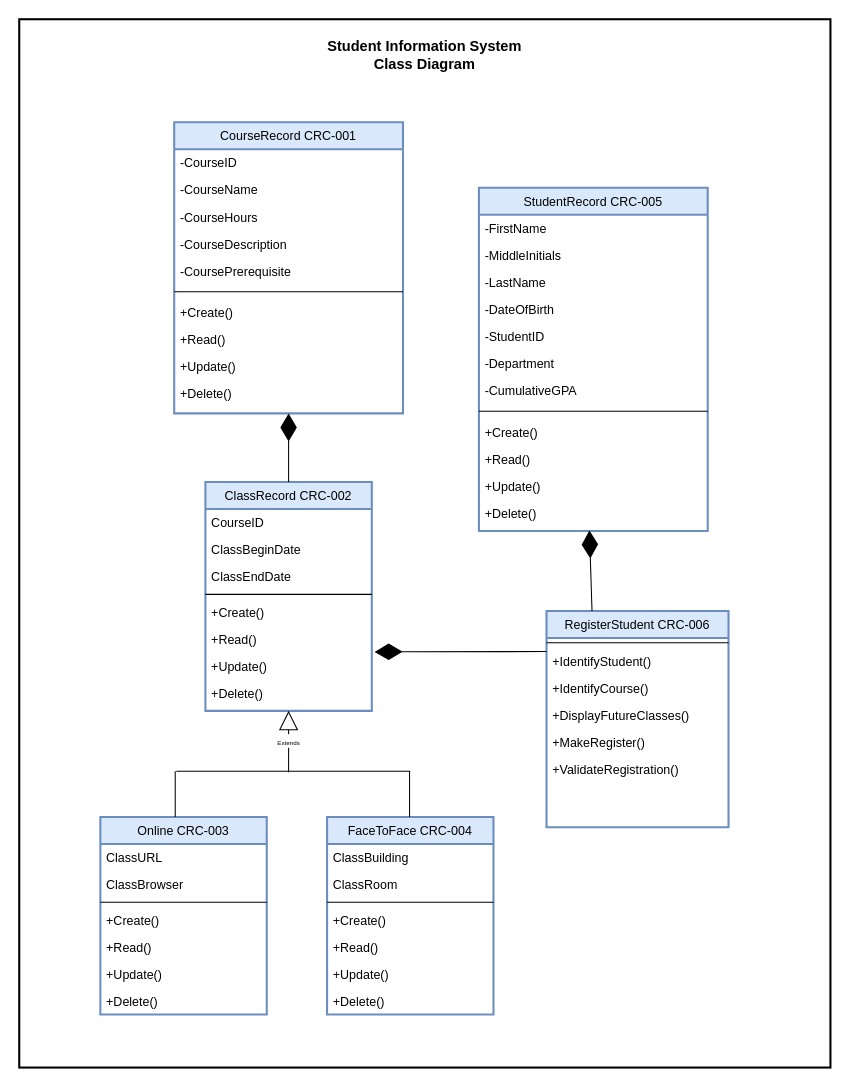
This is 4-1-Assignment.drawio from kincaidtk901/Workspace, a draw.io file, before an edit. Source tidied: cells renumbered, new cells numbered last; positions are measured from the earlier drawing's top-left corner, leaving out a move shared by most shapes. Both pictures are drawn from the tidied source at 104%, with x=0, y=0 at pixel (19, 19).
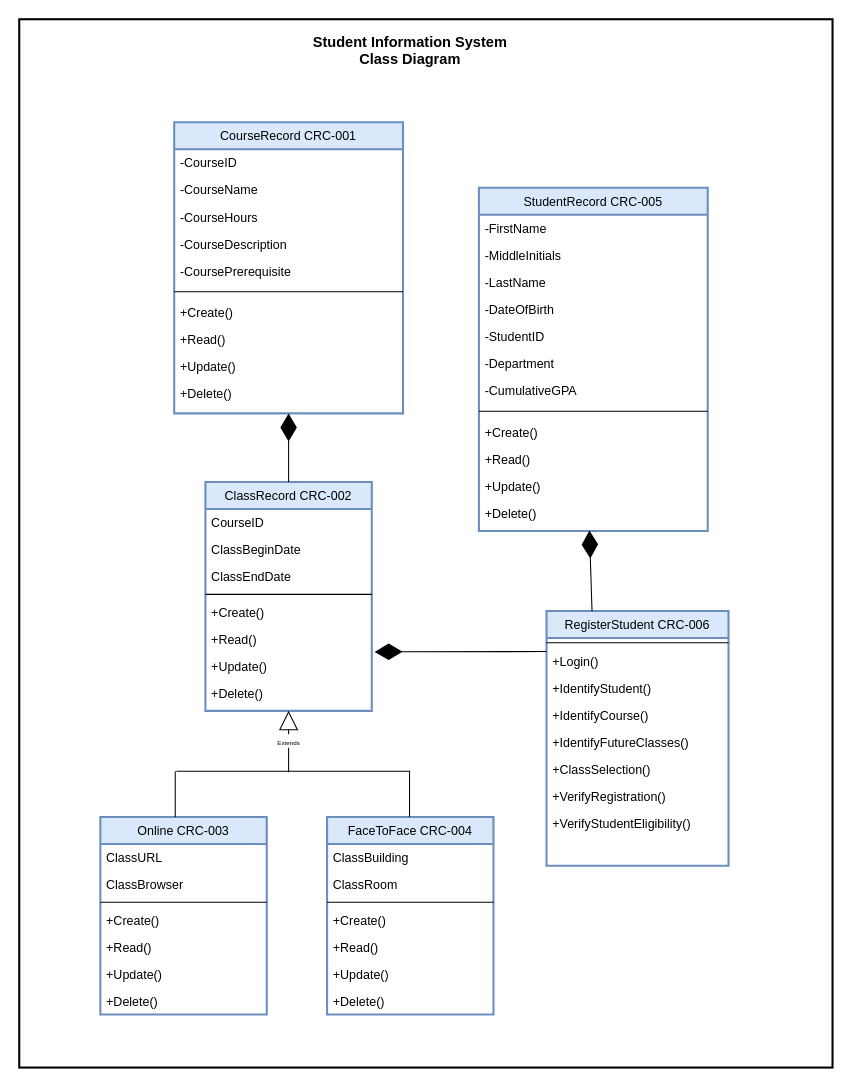
After the change.

Diff of the diagram source:
```diff
@@
     <mxCell id="52" value="RegisterStudent CRC-006" style="swimlane;fontStyle=0;align=center;verticalAlign=top;horizontal=1;startSize=26;rounded=0;shadow=0;strokeWidth=2;fillColor=#dae8fc;strokeColor=#6c8ebf;" parent="1" vertex="1">
-      <mxGeometry x="507" y="569" width="175" height="208" as="geometry" />
+      <mxGeometry x="507" y="569" width="175" height="245" as="geometry" />
     </mxCell>
@@
-    <mxCell id="54" value="+IdentifyStudent()" style="text;align=left;verticalAlign=top;spacingLeft=4;spacingRight=4;overflow=hidden;" parent="52" vertex="1">
+    <mxCell id="54" value="+Login()" style="text;align=left;verticalAlign=top;spacingLeft=4;spacingRight=4;overflow=hidden;" parent="52" vertex="1">
       <mxGeometry y="35" width="175" height="26" as="geometry" />
     </mxCell>
-    <mxCell id="55" value="+IdentifyCourse()" style="text;align=left;verticalAlign=top;spacingLeft=4;spacingRight=4;overflow=hidden;" parent="52" vertex="1">
+    <mxCell id="55" value="+IdentifyStudent()" style="text;align=left;verticalAlign=top;spacingLeft=4;spacingRight=4;overflow=hidden;" parent="52" vertex="1">
       <mxGeometry y="61" width="175" height="26" as="geometry" />
     </mxCell>
-    <mxCell id="56" value="+DisplayFutureClasses()" style="text;align=left;verticalAlign=top;spacingLeft=4;spacingRight=4;overflow=hidden;" parent="52" vertex="1">
+    <mxCell id="56" value="+IdentifyCourse()" style="text;align=left;verticalAlign=top;spacingLeft=4;spacingRight=4;overflow=hidden;" parent="52" vertex="1">
       <mxGeometry y="87" width="175" height="26" as="geometry" />
     </mxCell>
-    <mxCell id="57" value="+MakeRegister()" style="text;align=left;verticalAlign=top;spacingLeft=4;spacingRight=4;overflow=hidden;" parent="52" vertex="1">
-      <mxGeometry y="113" width="175" height="26" as="geometry" />
-    </mxCell>
-    <mxCell id="58" value="+ValidateRegistration()" style="text;align=left;verticalAlign=top;spacingLeft=4;spacingRight=4;overflow=hidden;" parent="52" vertex="1">
-      <mxGeometry y="139" width="175" height="26" as="geometry" />
+    <mxCell id="58" value="+IdentifyFutureClasses()" style="text;align=left;verticalAlign=top;spacingLeft=4;spacingRight=4;overflow=hidden;" parent="52" vertex="1">
+      <mxGeometry y="113" width="175" height="26" as="geometry" />
     </mxCell>
+    <mxCell id="67" value="+ClassSelection()" style="text;align=left;verticalAlign=top;spacingLeft=4;spacingRight=4;overflow=hidden;" parent="52" vertex="1">
+      <mxGeometry y="139" width="175" height="26" as="geometry" />
+    </mxCell>
+    <mxCell id="68" value="+VerifyRegistration()" style="text;align=left;verticalAlign=top;spacingLeft=4;spacingRight=4;overflow=hidden;" parent="52" vertex="1">
+      <mxGeometry y="165" width="175" height="26" as="geometry" />
+    </mxCell>
+    <mxCell id="69" value="+VerifyStudentEligibility()" style="text;align=left;verticalAlign=top;spacingLeft=4;spacingRight=4;overflow=hidden;" parent="52" vertex="1">
+      <mxGeometry y="191" width="175" height="26" as="geometry" />
+    </mxCell>
@@
     <mxCell id="65" style="rounded=0;whiteSpace=wrap;html=1;strokeWidth=2;fillColor=none;" parent="1" vertex="1">
-      <mxGeometry width="780" height="1008" as="geometry" />
+      <mxGeometry width="782" height="1008" as="geometry" />
     </mxCell>
     <mxCell id="66" value="&lt;font style=&quot;font-size: 14px&quot;&gt;Student Information System &lt;br&gt;Class Diagram&lt;/font&gt;" style="text;html=1;strokeColor=none;fillColor=none;align=center;verticalAlign=middle;whiteSpace=wrap;rounded=0;fontStyle=1;" parent="1" vertex="1">
-      <mxGeometry x="276" y="20" width="228" height="28" as="geometry" />
+      <mxGeometry x="262" y="16" width="228" height="28" as="geometry" />
     </mxCell>
```
